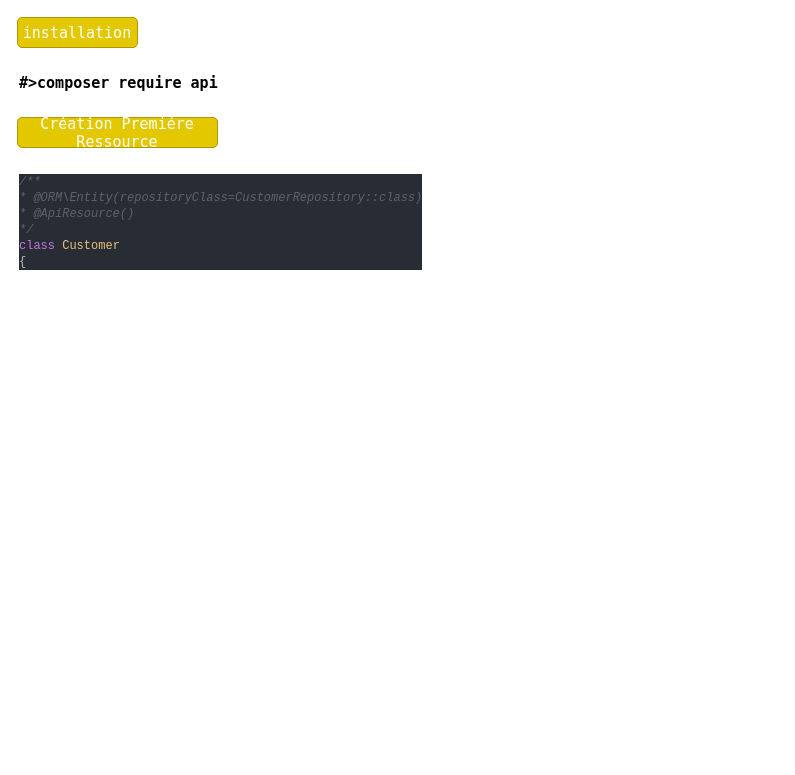
JihedGo/symfony-4-api-platform keeps this draw.io diagram as page "API Platform mise en place et decouvert du composant" (3 of 3) of symfony_4_api_platform.drawio. Above is the earlier version. Source tidied: cells renumbered, new cells numbered last; positions are measured from the earlier drawing's top-left corner, leaving out a move shared by most shapes. Both pictures are drawn from the tidied source at 100%, with x=0, y=0 at pixel (17, 17).
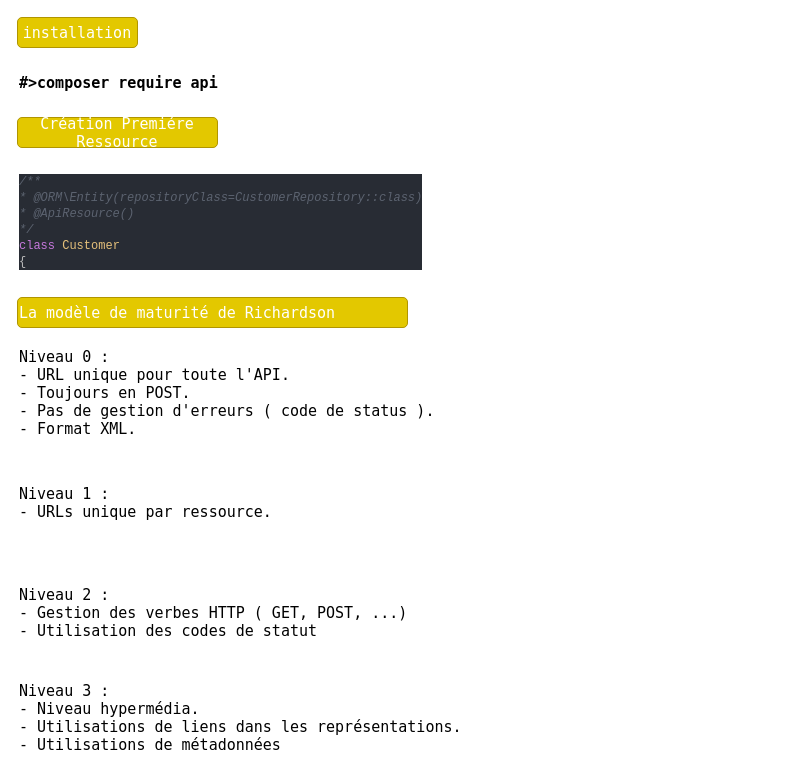
Above is the later version.

Commit message:
Richardson model

The edit, as a diff of the source:
```diff
@@
 <mxGraphModel>
   <root>
     <mxCell id="0" />
     <mxCell id="1" parent="0" />
     <mxCell id="2" value="installation" style="rounded=1;whiteSpace=wrap;html=1;fontFamily=Lucida Console;fontSize=15;fillColor=#e3c800;strokeColor=#B09500;fontColor=#ffffff;" parent="1" vertex="1">
       <mxGeometry width="120" height="30" as="geometry" />
     </mxCell>
     <mxCell id="3" value="#&amp;gt;composer require api" style="text;whiteSpace=wrap;html=1;fontSize=15;fontStyle=1;fontFamily=Lucida Console;" parent="1" vertex="1">
       <mxGeometry y="50" width="500" height="30" as="geometry" />
     </mxCell>
     <mxCell id="4" value="Création Premiére Ressource" style="rounded=1;whiteSpace=wrap;html=1;fontFamily=Lucida Console;fontSize=15;fillColor=#e3c800;strokeColor=#B09500;fontColor=#ffffff;" parent="1" vertex="1">
       <mxGeometry y="100" width="200" height="30" as="geometry" />
     </mxCell>
     <mxCell id="5" value="&lt;div style=&quot;color: rgb(187, 187, 187); background-color: rgb(40, 44, 52); font-family: &amp;quot;droid sans mono&amp;quot;, monospace, monospace, &amp;quot;droid sans fallback&amp;quot;; font-weight: normal; font-size: 12px; line-height: 16px;&quot;&gt;&lt;div&gt;&lt;span style=&quot;color: #5c6370 ; font-style: italic&quot;&gt;/**&lt;/span&gt;&lt;/div&gt;&lt;div&gt;&lt;span style=&quot;color: #5c6370 ; font-style: italic&quot;&gt; * @ORM\Entity(repositoryClass=CustomerRepository::class)&lt;/span&gt;&lt;/div&gt;&lt;div&gt;&lt;span style=&quot;color: #5c6370 ; font-style: italic&quot;&gt; * @ApiResource()&lt;/span&gt;&lt;/div&gt;&lt;div&gt;&lt;span style=&quot;color: #5c6370 ; font-style: italic&quot;&gt; */&lt;/span&gt;&lt;/div&gt;&lt;div&gt;&lt;span style=&quot;color: #c678dd&quot;&gt;class&lt;/span&gt;&lt;span style=&quot;color: #bbbbbb&quot;&gt; &lt;/span&gt;&lt;span style=&quot;color: #e5c07b&quot;&gt;Customer&lt;/span&gt;&lt;/div&gt;&lt;div&gt;&lt;span style=&quot;color: #bbbbbb&quot;&gt;{&lt;/span&gt;&lt;/div&gt;&lt;/div&gt;" style="text;whiteSpace=wrap;html=1;fontSize=15;fontFamily=Lucida Console;" parent="1" vertex="1">
       <mxGeometry y="150" width="430" height="110" as="geometry" />
     </mxCell>
+    <mxCell id="6" value="La modèle de maturité de Richardson" style="rounded=1;whiteSpace=wrap;html=1;fontFamily=Lucida Console;fontSize=15;fillColor=#e3c800;strokeColor=#B09500;fontColor=#ffffff;align=left;" parent="1" vertex="1">
+      <mxGeometry y="280" width="390" height="30" as="geometry" />
+    </mxCell>
+    <mxCell id="7" value="Niveau 0 : &lt;br&gt;- URL unique pour toute l'API.&lt;br&gt;- Toujours en POST.&lt;br&gt;- Pas de gestion d'erreurs ( code de status ).&lt;br&gt;- Format XML." style="text;html=1;strokeColor=none;fillColor=none;align=left;verticalAlign=middle;whiteSpace=wrap;rounded=0;fontFamily=Lucida Console;fontSize=15;" parent="1" vertex="1">
+      <mxGeometry y="330" width="760" height="90" as="geometry" />
+    </mxCell>
+    <mxCell id="8" value="Niveau 1 : &lt;br&gt;- URLs unique par ressource." style="text;html=1;strokeColor=none;fillColor=none;align=left;verticalAlign=middle;whiteSpace=wrap;rounded=0;fontFamily=Lucida Console;fontSize=15;" parent="1" vertex="1">
+      <mxGeometry y="440" width="760" height="90" as="geometry" />
+    </mxCell>
+    <mxCell id="9" value="Niveau 2 : &lt;br&gt;- Gestion des verbes HTTP ( GET, POST, ...)&lt;br&gt;- Utilisation des codes de statut" style="text;html=1;strokeColor=none;fillColor=none;align=left;verticalAlign=middle;whiteSpace=wrap;rounded=0;fontFamily=Lucida Console;fontSize=15;" parent="1" vertex="1">
+      <mxGeometry y="550" width="760" height="90" as="geometry" />
+    </mxCell>
+    <mxCell id="10" value="Niveau 3 : &lt;br&gt;- Niveau hypermédia.&lt;br&gt;- Utilisations de liens dans les représentations.&lt;br&gt;- Utilisations de métadonnées" style="text;html=1;strokeColor=none;fillColor=none;align=left;verticalAlign=middle;whiteSpace=wrap;rounded=0;fontFamily=Lucida Console;fontSize=15;" parent="1" vertex="1">
+      <mxGeometry y="660" width="760" height="80" as="geometry" />
+    </mxCell>
   </root>
 </mxGraphModel>
```
